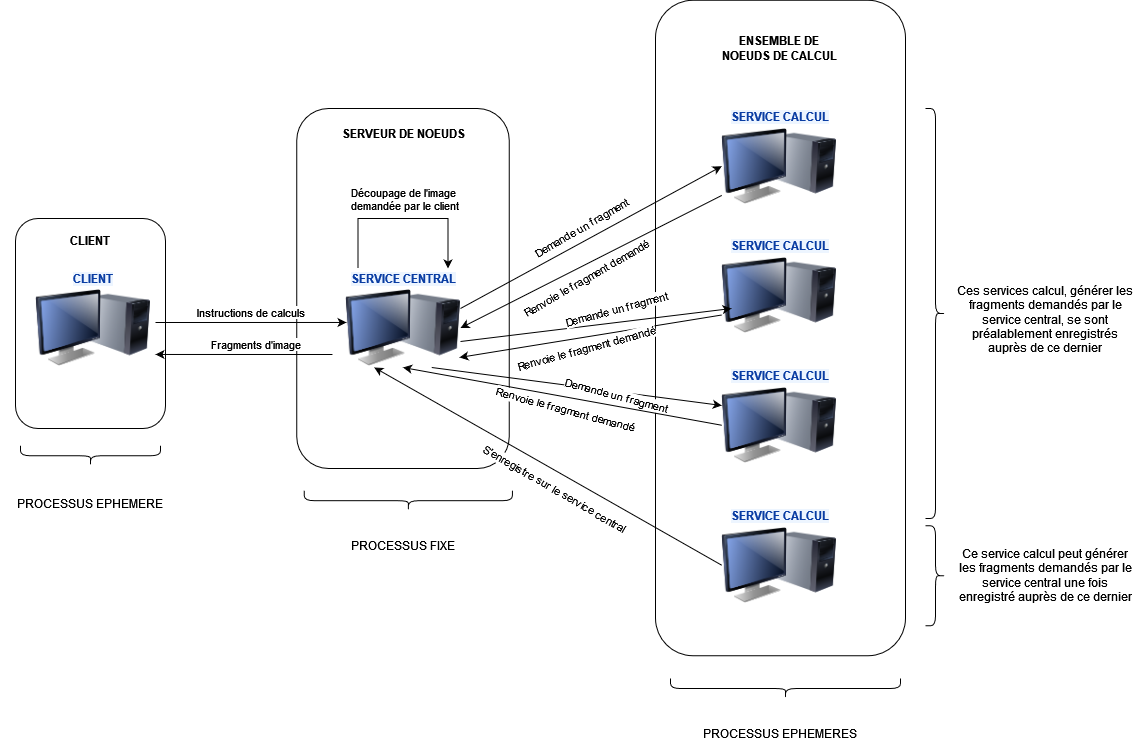
This is Ressources/Schéma_Architecture.png from Komodzin4u/ProjetProgRepartie, a draw.io export, as it was before one commit. Source tidied: cells renumbered, new cells last; positions are measured from the earlier drawing's top-left corner, leaving out a move shared by most shapes.
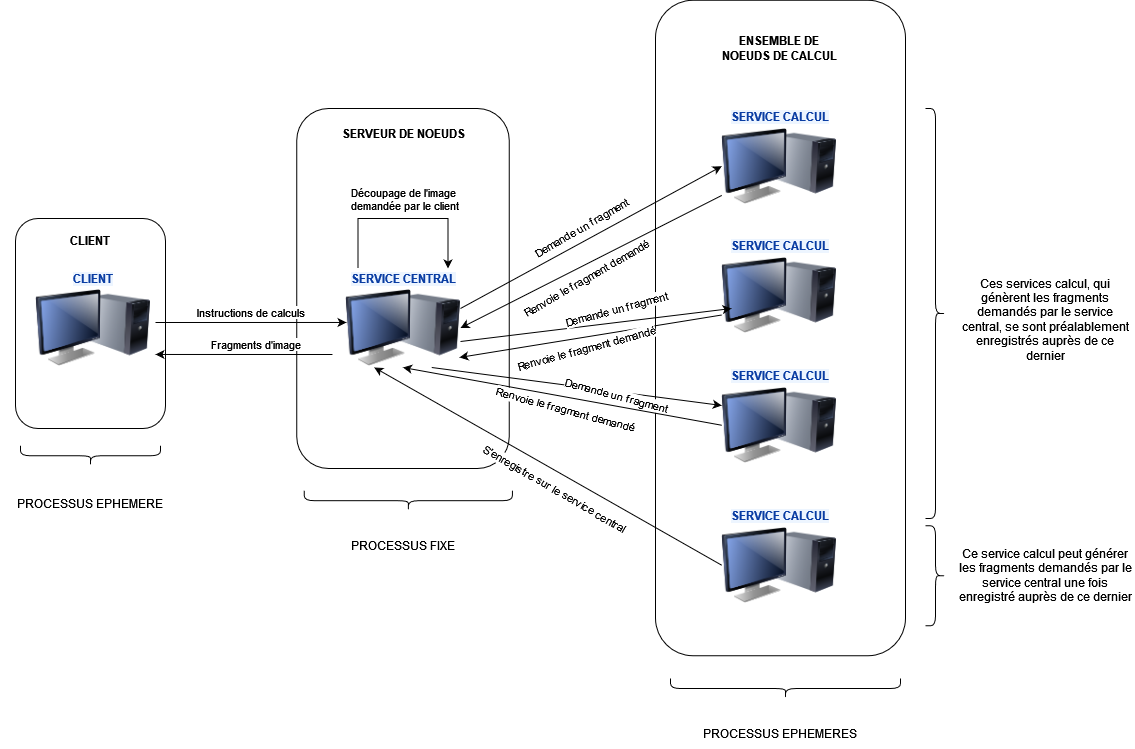
After the commit.

Commit message:
petite modif du schéma architectural

What changed in the source:
```diff
@@ -146,7 +146,7 @@
     <mxCell id="33" style="shape=curlyBracket;whiteSpace=wrap;html=1;rounded=1;flipH=1;labelPosition=right;verticalLabelPosition=middle;align=left;verticalAlign=middle;" parent="1" vertex="1">
       <mxGeometry x="925" y="108" width="20" height="410" as="geometry" />
     </mxCell>
-    <mxCell id="34" value="Ces services calcul, générer les fragments demandés par le service central, se sont préalablement enregistrés auprès de ce dernier " style="text;html=1;align=center;verticalAlign=middle;whiteSpace=wrap;rounded=0;" parent="1" vertex="1">
+    <mxCell id="34" value="Ces services calcul, qui génèrent les fragments demandés par le service central, se sont préalablement enregistrés auprès de ce dernier " style="text;html=1;align=center;verticalAlign=middle;whiteSpace=wrap;rounded=0;" parent="1" vertex="1">
       <mxGeometry x="955" y="304.2" width="180" height="30" as="geometry" />
     </mxCell>
     <mxCell id="35" style="shape=curlyBracket;whiteSpace=wrap;html=1;rounded=1;flipH=1;labelPosition=right;verticalLabelPosition=middle;align=left;verticalAlign=middle;" parent="1" vertex="1">
```
